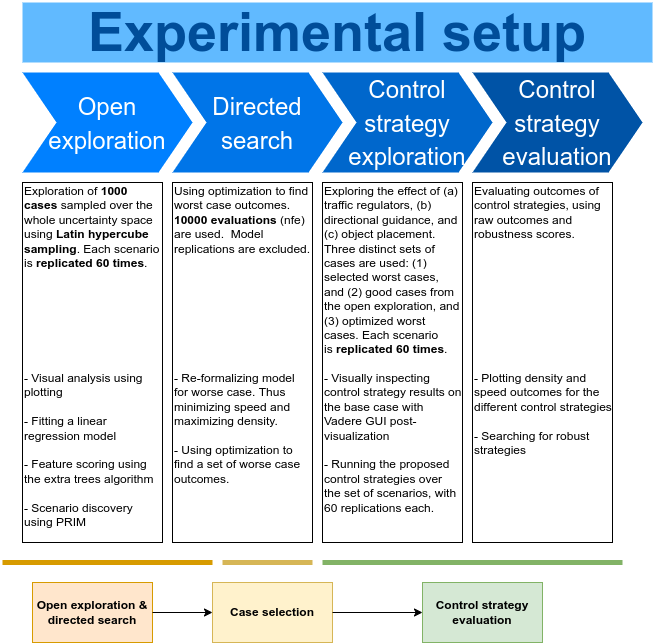
This is figures/Experimental_Design.png from floristevito/CrowdSim, a draw.io export, as it was before one commit. Source tidied: cells renumbered, new cells last; positions are measured from the earlier drawing's top-left corner, leaving out a move shared by most shapes.
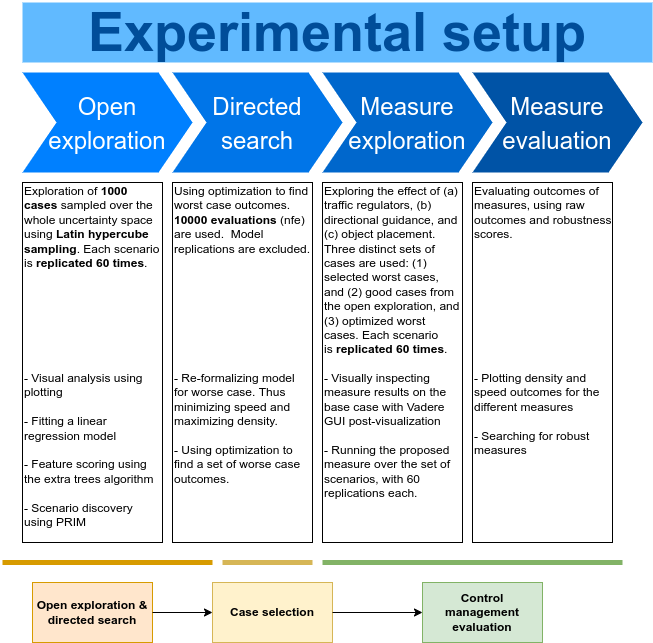
The same diagram one commit later.

What changed in the source:
```diff
@@ -8,10 +8,10 @@
     <mxCell id="3" value="&lt;font style=&quot;font-size: 24px&quot;&gt;Directed search&lt;/font&gt;" style="shape=step;whiteSpace=wrap;html=1;fontSize=28;fillColor=#0075E8;fontColor=#FFFFFF;strokeColor=none;" parent="1" vertex="1">
       <mxGeometry x="170" y="70" width="170" height="100" as="geometry" />
     </mxCell>
-    <mxCell id="4" value="&lt;font style=&quot;font-size: 24px&quot;&gt;Control strategy exploration&lt;/font&gt;" style="shape=step;whiteSpace=wrap;html=1;fontSize=28;fillColor=#0067CC;fontColor=#FFFFFF;strokeColor=none;" parent="1" vertex="1">
+    <mxCell id="4" value="&lt;font style=&quot;font-size: 24px&quot;&gt;Measure exploration&lt;/font&gt;" style="shape=step;whiteSpace=wrap;html=1;fontSize=28;fillColor=#0067CC;fontColor=#FFFFFF;strokeColor=none;" parent="1" vertex="1">
       <mxGeometry x="320" y="70" width="170" height="100" as="geometry" />
     </mxCell>
-    <mxCell id="5" value="&lt;font style=&quot;font-size: 24px&quot;&gt;Control strategy evaluation&lt;/font&gt;" style="shape=step;whiteSpace=wrap;html=1;fontSize=28;fillColor=#0053A6;fontColor=#FFFFFF;strokeColor=none;" parent="1" vertex="1">
+    <mxCell id="5" value="&lt;font style=&quot;font-size: 24px&quot;&gt;Measure evaluation&lt;/font&gt;" style="shape=step;whiteSpace=wrap;html=1;fontSize=28;fillColor=#0053A6;fontColor=#FFFFFF;strokeColor=none;" parent="1" vertex="1">
       <mxGeometry x="470" y="70" width="170" height="100" as="geometry" />
     </mxCell>
     <mxCell id="6" value="Experimental setup" style="text;html=1;strokeColor=none;fillColor=#61BAFF;align=center;verticalAlign=middle;whiteSpace=wrap;fontSize=54;fontStyle=1;fontColor=#004D99;" parent="1" vertex="1">
@@ -23,10 +23,10 @@
     <mxCell id="8" value="Using optimization to find worst case outcomes. &lt;b&gt;10000 evaluations&lt;/b&gt; (nfe) are used.&amp;nbsp; Model replications are excluded.&lt;br&gt;&lt;br&gt;&lt;br&gt;&lt;br&gt;&lt;br&gt;&lt;br&gt;&lt;br&gt;&lt;br&gt;&lt;br&gt;&lt;span&gt;- Re-formalizing model for worse case. Thus minimizing speed and maximizing density.&lt;br&gt;&lt;br&gt;&lt;/span&gt;&lt;span&gt;- Using optimization to find a set of worse case outcomes.&lt;/span&gt;&lt;span&gt;&lt;br&gt;&lt;/span&gt;" style="text;spacingTop=-5;fillColor=default;whiteSpace=wrap;html=1;align=left;fontSize=12;fontFamily=Helvetica;fillColor=none;strokeColor=default;" parent="1" vertex="1">
       <mxGeometry x="170" y="180" width="140" height="360" as="geometry" />
     </mxCell>
-    <mxCell id="9" value="Exploring the effect of (a) traffic regulators, (b) directional guidance, and (c) object placement. Three distinct sets of cases are used: (1) selected worst cases, and (2) good cases from the open exploration, and (3) optimized worst cases. Each scenario is&amp;nbsp;&lt;b&gt;replicated 60 times&lt;/b&gt;.&lt;br&gt;&lt;br&gt;&lt;span&gt;- Visually inspecting control strategy results on the base case with Vadere GUI post-visualization&lt;br&gt;&lt;/span&gt;&lt;span&gt;&lt;br&gt;- Running the proposed control strategies over the set of scenarios, with 60 replications each.&lt;/span&gt;&lt;span&gt;&lt;br&gt;&lt;/span&gt;" style="text;spacingTop=-5;fillColor=#ffffff;whiteSpace=wrap;html=1;align=left;fontSize=12;fontFamily=Helvetica;fillColor=none;strokeColor=default;" parent="1" vertex="1">
+    <mxCell id="9" value="Exploring the effect of (a) traffic regulators, (b) directional guidance, and (c) object placement. Three distinct sets of cases are used: (1) selected worst cases, and (2) good cases from the open exploration, and (3) optimized worst cases. Each scenario is&amp;nbsp;&lt;b&gt;replicated 60 times&lt;/b&gt;.&lt;br&gt;&lt;br&gt;&lt;span&gt;- Visually inspecting measure results on the base case with Vadere GUI post-visualization&lt;br&gt;&lt;/span&gt;&lt;span&gt;&lt;br&gt;- Running the proposed measure over the set of scenarios, with 60 replications each.&lt;/span&gt;&lt;span&gt;&lt;br&gt;&lt;/span&gt;" style="text;spacingTop=-5;fillColor=#ffffff;whiteSpace=wrap;html=1;align=left;fontSize=12;fontFamily=Helvetica;fillColor=none;strokeColor=default;" parent="1" vertex="1">
       <mxGeometry x="320" y="180" width="140" height="360" as="geometry" />
     </mxCell>
-    <mxCell id="10" value="Evaluating outcomes of control strategies, using raw outcomes and robustness scores.&lt;br&gt;&lt;br&gt;&lt;br&gt;&lt;br&gt;&lt;br&gt;&lt;br&gt;&lt;br&gt;&lt;br&gt;&lt;br&gt;&lt;br&gt;&lt;span&gt;- Plotting density and speed outcomes for the different control strategies&lt;br&gt;&lt;/span&gt;&lt;span&gt;&lt;br&gt;- Searching for robust strategies&lt;/span&gt;&lt;span&gt;&lt;br&gt;&lt;/span&gt;" style="text;spacingTop=-5;fillColor=#ffffff;whiteSpace=wrap;html=1;align=left;fontSize=12;fontFamily=Helvetica;fillColor=none;strokeColor=default;" parent="1" vertex="1">
+    <mxCell id="10" value="Evaluating outcomes of measures, using raw outcomes and robustness scores.&lt;br&gt;&lt;br&gt;&lt;br&gt;&lt;br&gt;&lt;br&gt;&lt;br&gt;&lt;br&gt;&lt;br&gt;&lt;br&gt;&lt;br&gt;&lt;span&gt;- Plotting density and speed outcomes for the different measures&lt;br&gt;&lt;/span&gt;&lt;span&gt;&lt;br&gt;- Searching for robust measures&lt;/span&gt;&lt;span&gt;&lt;br&gt;&lt;/span&gt;" style="text;spacingTop=-5;fillColor=#ffffff;whiteSpace=wrap;html=1;align=left;fontSize=12;fontFamily=Helvetica;fillColor=none;strokeColor=default;" parent="1" vertex="1">
       <mxGeometry x="470" y="180" width="140" height="360" as="geometry" />
     </mxCell>
     <mxCell id="11" value="&lt;b&gt;Open exploration &amp;amp; directed search&lt;/b&gt;" style="rounded=0;whiteSpace=wrap;html=1;fillColor=#ffe6cc;strokeColor=#d79b00;" parent="1" vertex="1">
@@ -35,7 +35,7 @@
     <mxCell id="12" value="&lt;b&gt;Case selection&lt;/b&gt;" style="rounded=0;whiteSpace=wrap;html=1;fillColor=#fff2cc;strokeColor=#d6b656;" parent="1" vertex="1">
       <mxGeometry x="210" y="580" width="120" height="60" as="geometry" />
     </mxCell>
-    <mxCell id="13" value="&lt;b&gt;Control strategy evaluation&lt;/b&gt;" style="rounded=0;whiteSpace=wrap;html=1;fillColor=#d5e8d4;strokeColor=#82b366;" parent="1" vertex="1">
+    <mxCell id="13" value="&lt;b&gt;Control management evaluation&lt;/b&gt;" style="rounded=0;whiteSpace=wrap;html=1;fillColor=#d5e8d4;strokeColor=#82b366;" parent="1" vertex="1">
       <mxGeometry x="420" y="580" width="120" height="60" as="geometry" />
     </mxCell>
     <mxCell id="14" style="endArrow=none;html=1;rounded=0;fillColor=#ffe6cc;strokeColor=#d79b00;strokeWidth=5;" parent="1" edge="1">
```
